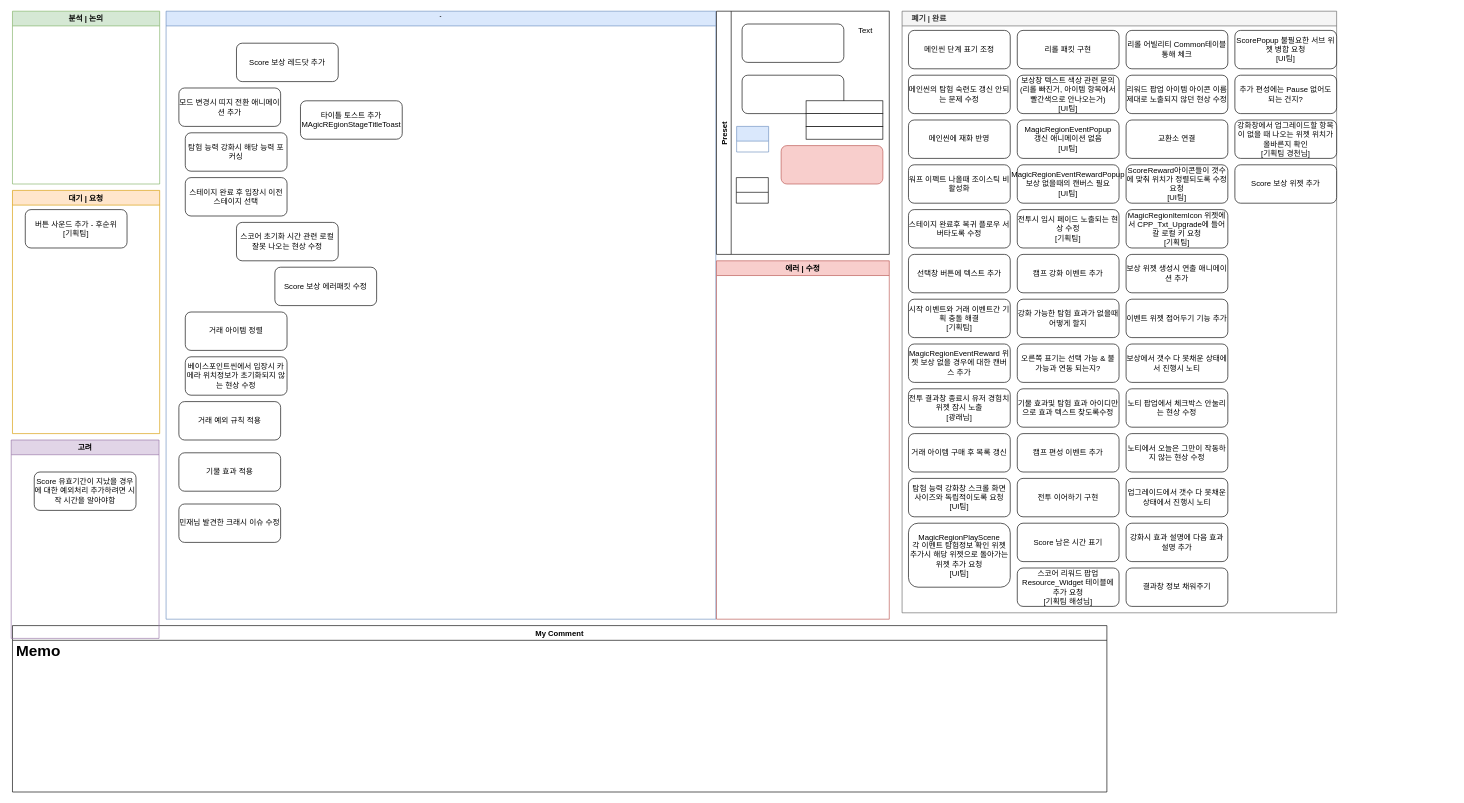
Earlier version of the draw.io diagram 로그라이트.drawio (Endorr/Job-Board). Source tidied: cells renumbered, new cells numbered last; positions are measured from the earlier drawing's top-left corner, leaving out a move shared by most shapes. Both pictures are drawn from the tidied source at 64%, with x=0, y=0 at pixel (11, 11).
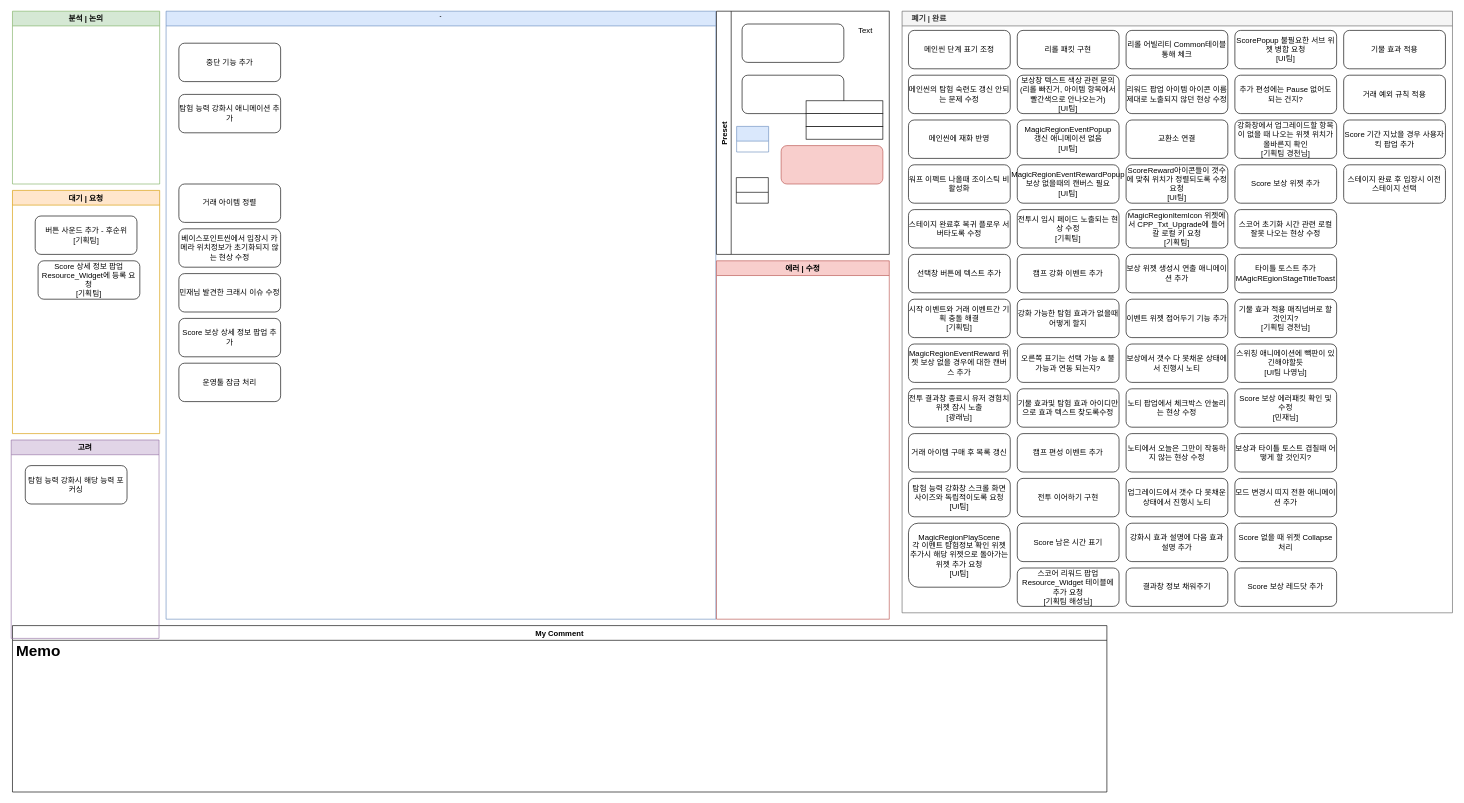
The same diagram, later.

Commit message:
로그라이트.drawio 업데이트

The change refers to these unchanged cells:
```xml
<mxCell id="2" value="`" style="swimlane;fillColor=#dae8fc;strokeColor=#6c8ebf;" parent="1" vertex="1">
  <mxGeometry x="242" width="859" height="950" as="geometry" />
</mxCell>
<mxCell id="16" value="대기 | 요청" style="swimlane;strokeColor=#d79b00;fillColor=#ffe6cc;" parent="1" vertex="1">
  <mxGeometry x="2" y="280" width="230" height="380" as="geometry" />
</mxCell>
<mxCell id="63" value="고려" style="swimlane;fillColor=#e1d5e7;strokeColor=#9673a6;" parent="1" vertex="1">
  <mxGeometry y="670" width="231" height="310" as="geometry" />
</mxCell>
```

The edit, as a diff of the source:
```diff
@@
     <mxCell id="3" value="거래 아이템 정렬" style="rounded=1;whiteSpace=wrap;html=1;" parent="2" vertex="1">
-      <mxGeometry x="30" y="470" width="159" height="60" as="geometry" />
+      <mxGeometry x="20" y="270" width="159" height="60" as="geometry" />
     </mxCell>
-    <mxCell id="4" value="스테이지 완료 후 입장시 이전 스테이지 선택" style="rounded=1;whiteSpace=wrap;html=1;" parent="2" vertex="1">
-      <mxGeometry x="30" y="260" width="159" height="60" as="geometry" />
-    </mxCell>
     <mxCell id="5" value="베이스포인트씬에서 입장시 카메라 위치정보가 초기화되지 않는 현상 수정" style="rounded=1;whiteSpace=wrap;html=1;" parent="2" vertex="1">
-      <mxGeometry x="30" y="540" width="159" height="60" as="geometry" />
+      <mxGeometry x="20" y="340" width="159" height="60" as="geometry" />
     </mxCell>
-    <mxCell id="6" value="스코어 초기화 시간 관련 로컬 잘못 나오는 현상 수정" style="rounded=1;whiteSpace=wrap;html=1;" parent="2" vertex="1">
-      <mxGeometry x="110" y="330" width="159" height="60" as="geometry" />
-    </mxCell>
-    <mxCell id="7" value="Score 보상 레드닷 추가" style="rounded=1;whiteSpace=wrap;html=1;" parent="2" vertex="1">
-      <mxGeometry x="110" y="50" width="159" height="60" as="geometry" />
-    </mxCell>
-    <mxCell id="8" value="거래 예외 규칙 적용" style="rounded=1;whiteSpace=wrap;html=1;" parent="2" vertex="1">
-      <mxGeometry x="20" y="610" width="159" height="60" as="geometry" />
-    </mxCell>
-    <mxCell id="9" value="탐험 능력 강화시 해당 능력 포커싱" style="rounded=1;whiteSpace=wrap;html=1;" parent="2" vertex="1">
-      <mxGeometry x="30" y="190" width="159" height="60" as="geometry" />
-    </mxCell>
-    <mxCell id="10" value="모드 변경시 띠지 전환 애니메이션 추가" style="rounded=1;whiteSpace=wrap;html=1;" parent="2" vertex="1">
-      <mxGeometry x="20" y="120" width="159" height="60" as="geometry" />
-    </mxCell>
-    <mxCell id="11" value="기물 효과 적용" style="rounded=1;whiteSpace=wrap;html=1;" parent="2" vertex="1">
-      <mxGeometry x="20" y="690" width="159" height="60" as="geometry" />
-    </mxCell>
     <mxCell id="12" value="민재님 발견한 크래시 이슈 수정" style="rounded=1;whiteSpace=wrap;html=1;" parent="2" vertex="1">
-      <mxGeometry x="20" y="770" width="159" height="60" as="geometry" />
+      <mxGeometry x="20" y="410" width="159" height="60" as="geometry" />
     </mxCell>
-    <mxCell id="13" value="타이틀 토스트 추가&lt;div&gt;MAgicREgionStageTitleToast&lt;/div&gt;" style="rounded=1;whiteSpace=wrap;html=1;" parent="2" vertex="1">
-      <mxGeometry x="210" y="140" width="159" height="60" as="geometry" />
-    </mxCell>
-    <mxCell id="14" value="Score 보상 에러패킷 수정" style="rounded=1;whiteSpace=wrap;html=1;" parent="2" vertex="1">
-      <mxGeometry x="170" y="400" width="159" height="60" as="geometry" />
-    </mxCell>
+    <mxCell id="77" value="Score 보상 상세 정보 팝업 추가" style="rounded=1;whiteSpace=wrap;html=1;" parent="2" vertex="1">
+      <mxGeometry x="20" y="480" width="159" height="60" as="geometry" />
+    </mxCell>
+    <mxCell id="78" value="탐험 능력 강화시 애니메이션 추가" style="rounded=1;whiteSpace=wrap;html=1;" parent="2" vertex="1">
+      <mxGeometry x="20" y="130" width="159" height="60" as="geometry" />
+    </mxCell>
+    <mxCell id="79" value="운영툴 잠금 처리" style="rounded=1;whiteSpace=wrap;html=1;" parent="2" vertex="1">
+      <mxGeometry x="20" y="550" width="159" height="60" as="geometry" />
+    </mxCell>
+    <mxCell id="80" value="중단 기능 추가" style="rounded=1;whiteSpace=wrap;html=1;" parent="2" vertex="1">
+      <mxGeometry x="20" y="50" width="159" height="60" as="geometry" />
+    </mxCell>
@@
     <mxCell id="17" value="버튼 사운드 추가 - 후순위&lt;br&gt;[기획팀]" style="rounded=1;whiteSpace=wrap;html=1;" parent="16" vertex="1">
-      <mxGeometry x="20" y="30" width="159" height="60" as="geometry" />
+      <mxGeometry x="35.5" y="40" width="159" height="60" as="geometry" />
     </mxCell>
+    <mxCell id="81" value="Score 상세 정보 팝업 Resource_Widget에 등록 요청&lt;br&gt;[기획팀]" style="rounded=1;whiteSpace=wrap;html=1;" parent="16" vertex="1">
+      <mxGeometry x="40" y="110" width="159" height="60" as="geometry" />
+    </mxCell>
     <mxCell id="18" value="    폐기 | 완료" style="swimlane;strokeColor=#666666;fillColor=#f5f5f5;fontColor=#333333;align=left;" parent="1" vertex="1">
-      <mxGeometry x="1392" width="679" height="940" as="geometry" />
+      <mxGeometry x="1392" width="860" height="940" as="geometry" />
     </mxCell>
@@
+    <mxCell id="6" value="스코어 초기화 시간 관련 로컬 잘못 나오는 현상 수정" style="rounded=1;whiteSpace=wrap;html=1;" parent="18" vertex="1">
+      <mxGeometry x="520" y="310" width="159" height="60" as="geometry" />
+    </mxCell>
+    <mxCell id="13" value="타이틀 토스트 추가&lt;div&gt;MAgicREgionStageTitleToast&lt;/div&gt;" style="rounded=1;whiteSpace=wrap;html=1;" parent="18" vertex="1">
+      <mxGeometry x="520" y="380" width="159" height="60" as="geometry" />
+    </mxCell>
+    <mxCell id="82" value="기물 효과 적용 매직넘버로 할 것인지?&lt;br&gt;[기획팀 경천님]" style="rounded=1;whiteSpace=wrap;html=1;" parent="18" vertex="1">
+      <mxGeometry x="520" y="450" width="159" height="60" as="geometry" />
+    </mxCell>
+    <mxCell id="83" value="스위칭 애니메이션에 빽판이 있긴해야할듯&lt;br&gt;[UI팀 나영님]" style="rounded=1;whiteSpace=wrap;html=1;" parent="18" vertex="1">
+      <mxGeometry x="520" y="520" width="159" height="60" as="geometry" />
+    </mxCell>
+    <mxCell id="14" value="Score 보상 에러패킷 확인 및 수정&lt;br&gt;[민재님]" style="rounded=1;whiteSpace=wrap;html=1;" parent="18" vertex="1">
+      <mxGeometry x="520" y="590" width="159" height="60" as="geometry" />
+    </mxCell>
+    <mxCell id="84" value="보상과 타이틀 토스트 겹칠때 어떻게 할 것인지?" style="rounded=1;whiteSpace=wrap;html=1;" parent="18" vertex="1">
+      <mxGeometry x="520" y="660" width="159" height="60" as="geometry" />
+    </mxCell>
+    <mxCell id="10" value="모드 변경시 띠지 전환 애니메이션 추가" style="rounded=1;whiteSpace=wrap;html=1;" parent="18" vertex="1">
+      <mxGeometry x="520" y="730" width="159" height="60" as="geometry" />
+    </mxCell>
+    <mxCell id="85" value="Score 없을 때 위젯 Collapse 처리" style="rounded=1;whiteSpace=wrap;html=1;" parent="18" vertex="1">
+      <mxGeometry x="520" y="800" width="159" height="60" as="geometry" />
+    </mxCell>
+    <mxCell id="7" value="Score 보상 레드닷 추가" style="rounded=1;whiteSpace=wrap;html=1;" parent="18" vertex="1">
+      <mxGeometry x="520" y="870" width="159" height="60" as="geometry" />
+    </mxCell>
+    <mxCell id="8" value="거래 예외 규칙 적용" style="rounded=1;whiteSpace=wrap;html=1;" parent="18" vertex="1">
+      <mxGeometry x="690" y="100" width="159" height="60" as="geometry" />
+    </mxCell>
+    <mxCell id="86" value="Score 기간 지났을 경우 사용자 킥 팝업 추가" style="rounded=1;whiteSpace=wrap;html=1;" parent="18" vertex="1">
+      <mxGeometry x="690" y="170" width="159" height="60" as="geometry" />
+    </mxCell>
+    <mxCell id="4" value="스테이지 완료 후 입장시 이전 스테이지 선택" style="rounded=1;whiteSpace=wrap;html=1;" parent="18" vertex="1">
+      <mxGeometry x="690" y="240" width="159" height="60" as="geometry" />
+    </mxCell>
@@
-    <mxCell id="64" value="Score 유효기간이 지났을 경우에 대한 예외처리 추가하려면 시작 시간을 알아야함" style="rounded=1;whiteSpace=wrap;html=1;" parent="63" vertex="1">
-      <mxGeometry x="36" y="50" width="159" height="60" as="geometry" />
-    </mxCell>
+    <mxCell id="9" value="탐험 능력 강화시 해당 능력 포커싱" style="rounded=1;whiteSpace=wrap;html=1;" parent="63" vertex="1">
+      <mxGeometry x="22" y="40" width="159" height="60" as="geometry" />
+    </mxCell>
@@
+    <mxCell id="11" value="기물 효과 적용" style="rounded=1;whiteSpace=wrap;html=1;" parent="1" vertex="1">
+      <mxGeometry x="2082" y="30" width="159" height="60" as="geometry" />
+    </mxCell>
```
